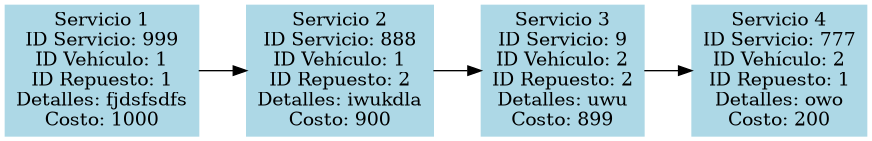
bryanthr6/-EDD-1S2025_201701010 keeps this Graphviz diagram as reporte_servicios.png. Above is the earlier version. Its source is kept beside it as reporte_servicios.dot.
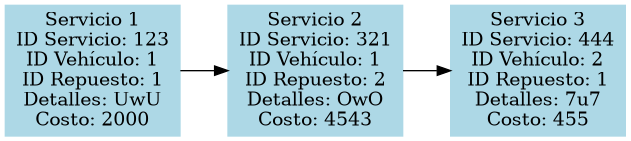
After the commit.

Change to the diagram source:
```diff
@@ -1,11 +1,9 @@
 digraph G {
     rankdir=LR;
     node [shape=box, style=filled, color=lightblue];
-    servicio1 [label="Servicio 1\nID Servicio: 999\nID Vehículo: 1\nID Repuesto: 1\nDetalles: fjdsfsdfs\nCosto: 1000"];
+    servicio1 [label="Servicio 1\nID Servicio: 123\nID Vehículo: 1\nID Repuesto: 1\nDetalles: UwU\nCosto: 2000"];
     servicio1 -> servicio2;
-    servicio2 [label="Servicio 2\nID Servicio: 888\nID Vehículo: 1\nID Repuesto: 2\nDetalles: iwukdla\nCosto: 900"];
+    servicio2 [label="Servicio 2\nID Servicio: 321\nID Vehículo: 1\nID Repuesto: 2\nDetalles: OwO\nCosto: 4543"];
     servicio2 -> servicio3;
-    servicio3 [label="Servicio 3\nID Servicio: 9\nID Vehículo: 2\nID Repuesto: 2\nDetalles: uwu\nCosto: 899"];
-    servicio3 -> servicio4;
-    servicio4 [label="Servicio 4\nID Servicio: 777\nID Vehículo: 2\nID Repuesto: 1\nDetalles: owo\nCosto: 200"];
+    servicio3 [label="Servicio 3\nID Servicio: 444\nID Vehículo: 2\nID Repuesto: 1\nDetalles: 7u7\nCosto: 455"];
 }
```
